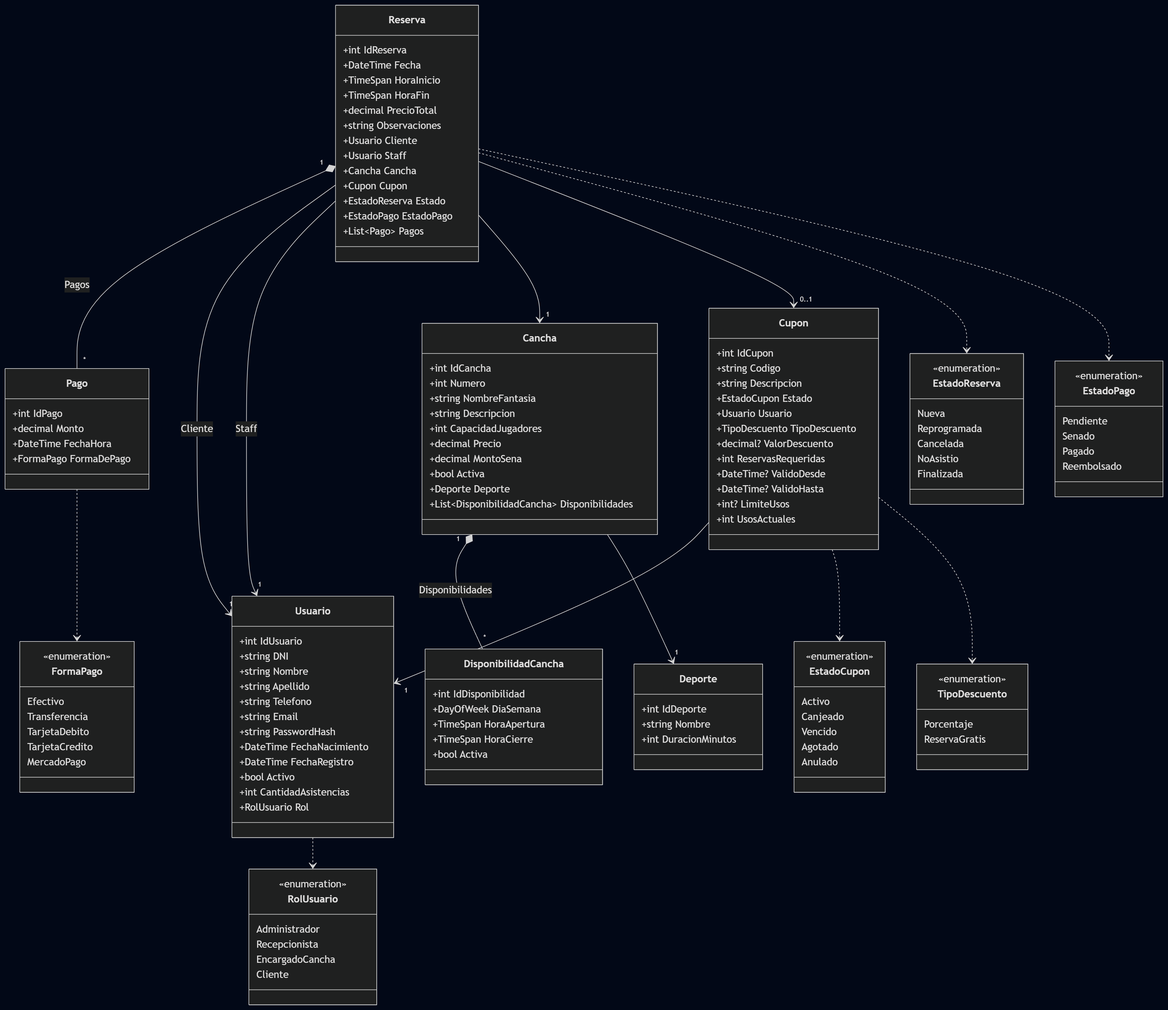
Earlier version of the Mermaid export docs/modelo-dominio.png (atomdev1/PR3-TPC-EQUIPO22A). Its source is kept beside it as docs/modelo-dominio.mmd.
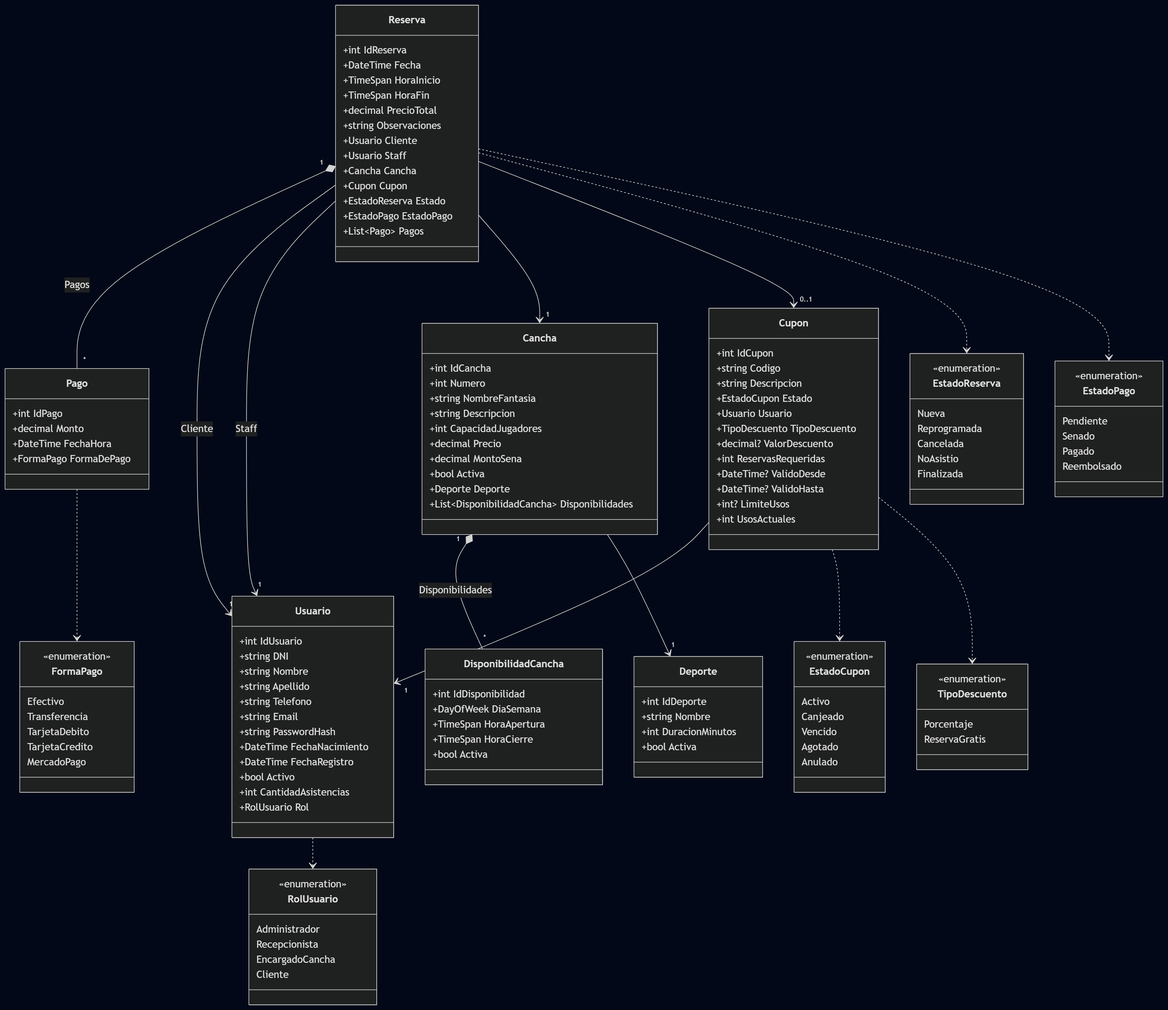
After the change.

The edit, as a diff of the source:
```diff
@@ -31,6 +31,7 @@
         +int IdDeporte
         +string Nombre
         +int DuracionMinutos
+        +bool Activa
     }
 
     class DisponibilidadCancha {
```
